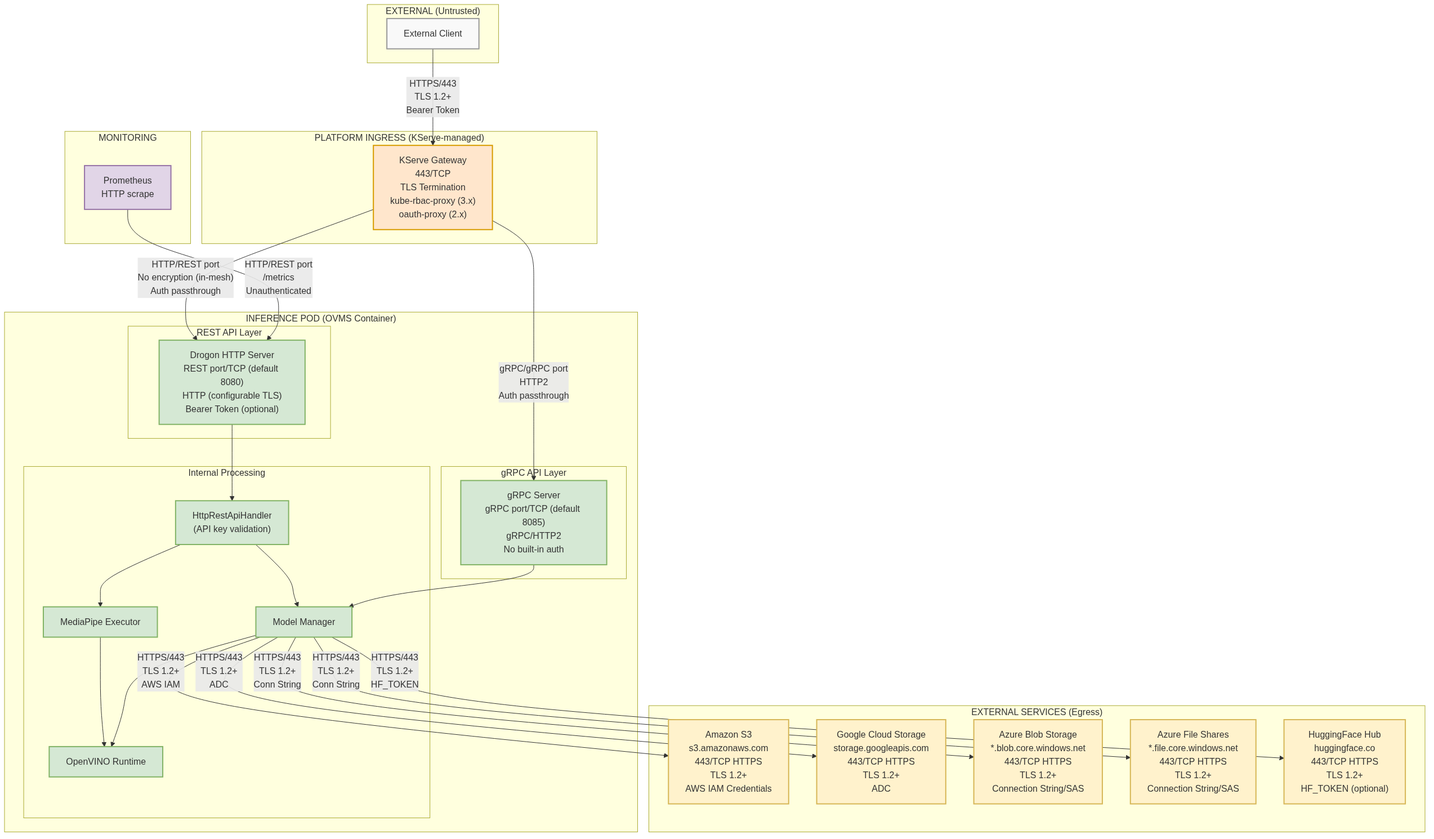
The Mermaid diagram architecture/rhoai.next/diagrams/openvino_model_server-security-network.png in rhuss/architecture-context, before a commit. Its source is kept beside it as architecture/rhoai.next/diagrams/openvino_model_server-security-network.mmd.
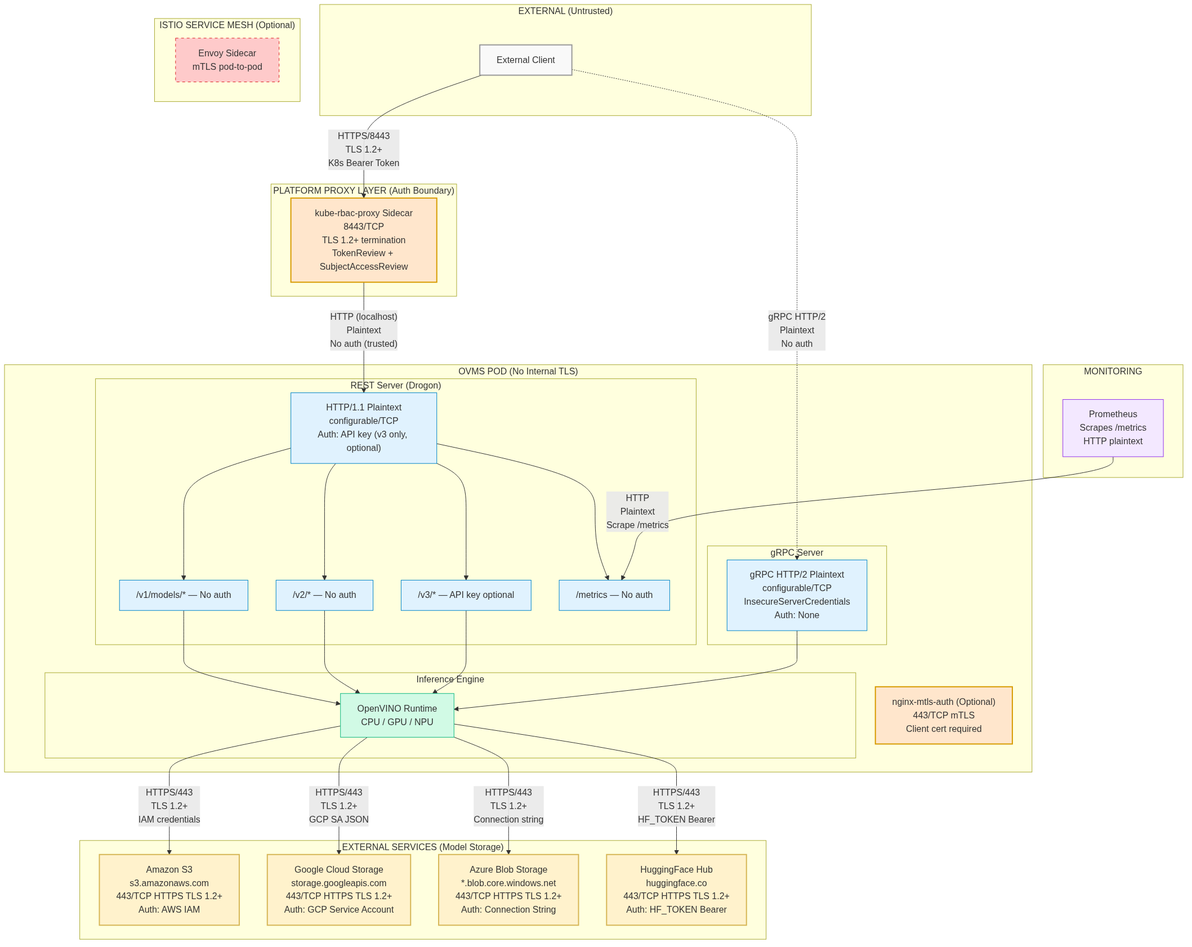
Later version of the same file.

The edit, as a diff of the source:
```diff
@@ -3,66 +3,84 @@
         Client["External Client"]
     end
 
-    subgraph PlatformIngress["PLATFORM INGRESS (KServe-managed)"]
-        Gateway["KServe Gateway<br/>443/TCP<br/>TLS Termination<br/>kube-rbac-proxy (3.x)<br/>oauth-proxy (2.x)"]
+    subgraph ProxyLayer["PLATFORM PROXY LAYER (Auth Boundary)"]
+        KubeRBAC["kube-rbac-proxy Sidecar<br/>8443/TCP<br/>TLS 1.2+ termination<br/>TokenReview + SubjectAccessReview"]
     end
 
-    subgraph InferencePod["INFERENCE POD (OVMS Container)"]
+    subgraph OVMSPod["OVMS POD (No Internal TLS)"]
         direction TB
 
-        subgraph RESTLayer["REST API Layer"]
-            DrogonHTTP["Drogon HTTP Server<br/>REST port/TCP (default 8080)<br/>HTTP (configurable TLS)<br/>Bearer Token (optional)"]
+        subgraph RESTServer["REST Server (Drogon)"]
+            REST["HTTP/1.1 Plaintext<br/>configurable/TCP<br/>Auth: API key (v3 only, optional)"]
+            TFSv1Route["/v1/models/* — No auth"]
+            KServev2Route["/v2/* — No auth"]
+            OpenAIv3Route["/v3/* — API key optional"]
+            MetricsRoute["/metrics — No auth"]
         end
 
-        subgraph GRPCLayer["gRPC API Layer"]
-            GRPCServer["gRPC Server<br/>gRPC port/TCP (default 8085)<br/>gRPC/HTTP2<br/>No built-in auth"]
+        subgraph GRPCServer["gRPC Server"]
+            GRPC["gRPC HTTP/2 Plaintext<br/>configurable/TCP<br/>InsecureServerCredentials<br/>Auth: None"]
         end
 
-        subgraph InternalModules["Internal Processing"]
-            APIHandler["HttpRestApiHandler<br/>(API key validation)"]
-            ModelMgr["Model Manager"]
-            MediaPipe["MediaPipe Executor"]
-            OpenVINO["OpenVINO Runtime"]
+        subgraph InferenceEngine["Inference Engine"]
+            OVRuntime["OpenVINO Runtime<br/>CPU / GPU / NPU"]
         end
+
+        NginxMTLS["nginx-mtls-auth (Optional)<br/>443/TCP mTLS<br/>Client cert required"]
     end
 
-    subgraph ExternalServices["EXTERNAL SERVICES (Egress)"]
-        S3["Amazon S3<br/>s3.amazonaws.com<br/>443/TCP HTTPS<br/>TLS 1.2+<br/>AWS IAM Credentials"]
-        GCS["Google Cloud Storage<br/>storage.googleapis.com<br/>443/TCP HTTPS<br/>TLS 1.2+<br/>ADC"]
-        AzureBlob["Azure Blob Storage<br/>*.blob.core.windows.net<br/>443/TCP HTTPS<br/>TLS 1.2+<br/>Connection String/SAS"]
-        AzureFile["Azure File Shares<br/>*.file.core.windows.net<br/>443/TCP HTTPS<br/>TLS 1.2+<br/>Connection String/SAS"]
-        HuggingFace["HuggingFace Hub<br/>huggingface.co<br/>443/TCP HTTPS<br/>TLS 1.2+<br/>HF_TOKEN (optional)"]
+    subgraph IstioMesh["ISTIO SERVICE MESH (Optional)"]
+        Envoy["Envoy Sidecar<br/>mTLS pod-to-pod"]
+    end
+
+    subgraph ExternalServices["EXTERNAL SERVICES (Model Storage)"]
+        S3["Amazon S3<br/>s3.amazonaws.com<br/>443/TCP HTTPS TLS 1.2+<br/>Auth: AWS IAM"]
+        GCS["Google Cloud Storage<br/>storage.googleapis.com<br/>443/TCP HTTPS TLS 1.2+<br/>Auth: GCP Service Account"]
+        Azure["Azure Blob Storage<br/>*.blob.core.windows.net<br/>443/TCP HTTPS TLS 1.2+<br/>Auth: Connection String"]
+        HuggingFace["HuggingFace Hub<br/>huggingface.co<br/>443/TCP HTTPS TLS 1.2+<br/>Auth: HF_TOKEN Bearer"]
     end
 
     subgraph Monitoring["MONITORING"]
-        Prometheus["Prometheus<br/>HTTP scrape"]
+        Prometheus["Prometheus<br/>Scrapes /metrics<br/>HTTP plaintext"]
     end
 
-    Client -->|"HTTPS/443<br/>TLS 1.2+<br/>Bearer Token"| Gateway
-    Gateway -->|"HTTP/REST port<br/>No encryption (in-mesh)<br/>Auth passthrough"| DrogonHTTP
-    Gateway -->|"gRPC/gRPC port<br/>HTTP2<br/>Auth passthrough"| GRPCServer
-    DrogonHTTP --> APIHandler
-    APIHandler --> ModelMgr
-    APIHandler --> MediaPipe
-    GRPCServer --> ModelMgr
-    MediaPipe --> OpenVINO
-    ModelMgr --> OpenVINO
-    Prometheus -->|"HTTP/REST port<br/>/metrics<br/>Unauthenticated"| DrogonHTTP
+    Client -->|"HTTPS/8443<br/>TLS 1.2+<br/>K8s Bearer Token"| KubeRBAC
+    KubeRBAC -->|"HTTP (localhost)<br/>Plaintext<br/>No auth (trusted)"| REST
+    Client -.->|"gRPC HTTP/2<br/>Plaintext<br/>No auth"| GRPC
 
-    ModelMgr -->|"HTTPS/443<br/>TLS 1.2+<br/>AWS IAM"| S3
-    ModelMgr -->|"HTTPS/443<br/>TLS 1.2+<br/>ADC"| GCS
-    ModelMgr -->|"HTTPS/443<br/>TLS 1.2+<br/>Conn String"| AzureBlob
-    ModelMgr -->|"HTTPS/443<br/>TLS 1.2+<br/>Conn String"| AzureFile
-    ModelMgr -->|"HTTPS/443<br/>TLS 1.2+<br/>HF_TOKEN"| HuggingFace
+    REST --> TFSv1Route
+    REST --> KServev2Route
+    REST --> OpenAIv3Route
+    REST --> MetricsRoute
+
+    TFSv1Route --> OVRuntime
+    KServev2Route --> OVRuntime
+    OpenAIv3Route --> OVRuntime
+    GRPC --> OVRuntime
+
+    OVRuntime -->|"HTTPS/443<br/>TLS 1.2+<br/>IAM credentials"| S3
+    OVRuntime -->|"HTTPS/443<br/>TLS 1.2+<br/>GCP SA JSON"| GCS
+    OVRuntime -->|"HTTPS/443<br/>TLS 1.2+<br/>Connection string"| Azure
+    OVRuntime -->|"HTTPS/443<br/>TLS 1.2+<br/>HF_TOKEN Bearer"| HuggingFace
+
+    Prometheus -->|"HTTP<br/>Plaintext<br/>Scrape /metrics"| MetricsRoute
 
     classDef external fill:#f9f9f9,stroke:#999,stroke-width:2px
-    classDef ingress fill:#ffe6cc,stroke:#d79b00,stroke-width:2px
-    classDef pod fill:#d5e8d4,stroke:#82b366,stroke-width:2px
+    classDef proxy fill:#ffe6cc,stroke:#d79b00,stroke-width:2px
+    classDef ovmspod fill:#dbeafe,stroke:#3b82f6,stroke-width:2px
+    classDef restsvr fill:#e0f2fe,stroke:#0284c7
+    classDef grpcsvr fill:#e0f2fe,stroke:#0284c7
+    classDef engine fill:#d1fae5,stroke:#10b981
     classDef externalservice fill:#fff2cc,stroke:#d6b656,stroke-width:2px
-    classDef monitoring fill:#e1d5e7,stroke:#9673a6,stroke-width:2px
+    classDef monitoring fill:#f3e8ff,stroke:#9333ea
+    classDef istio fill:#fecaca,stroke:#dc2626,stroke-dasharray:5 5
 
     class Client external
-    class Gateway ingress
-    class DrogonHTTP,GRPCServer,APIHandler,ModelMgr,MediaPipe,OpenVINO pod
-    class S3,GCS,AzureBlob,AzureFile,HuggingFace externalservice
+    class KubeRBAC proxy
+    class REST,TFSv1Route,KServev2Route,OpenAIv3Route,MetricsRoute restsvr
+    class GRPC grpcsvr
+    class OVRuntime engine
+    class S3,GCS,Azure,HuggingFace externalservice
     class Prometheus monitoring
+    class Envoy istio
+    class NginxMTLS proxy
```
